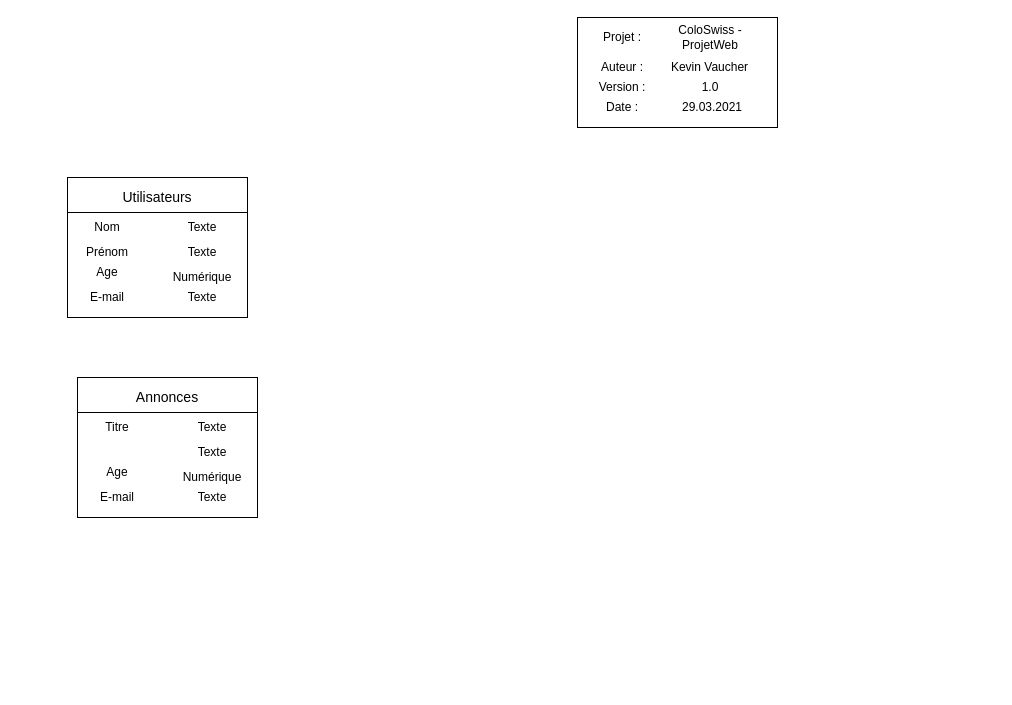
Earlier version of the draw.io diagram ProjetWeb/Documentation/MCD_KVR-SGI-ISC-ENR.drawio (enzononnenmacher/ProjetWEB_ENR_ISC_SGI). Source tidied: cells renumbered, new cells numbered last; positions are measured from the earlier drawing's top-left corner, leaving out a move shared by most shapes. Both pictures are drawn from the tidied source at 100%, with x=0, y=0 at pixel (67, 17).
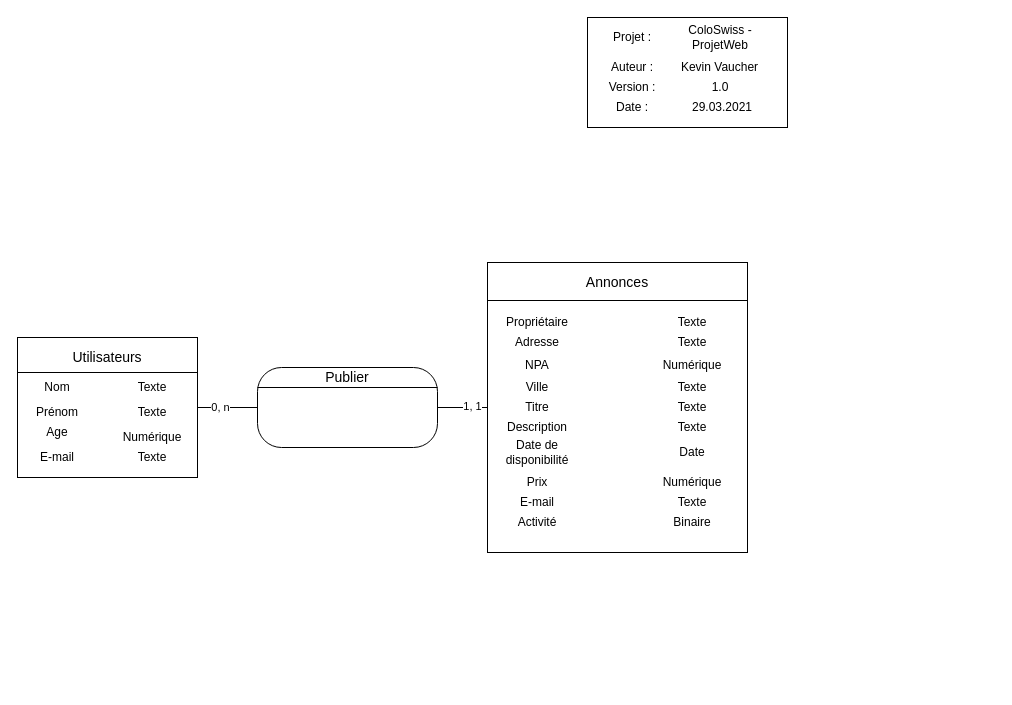
The same diagram, later.

Unchanged cells that the change refers to:
```xml
<mxCell id="15" style="rounded=0;whiteSpace=wrap;html=1;" parent="14" vertex="1">
  <mxGeometry width="180" height="140" as="geometry" />
</mxCell>
```

Diff of the diagram source:
```diff
@@
+    <mxCell id="38" style="group;" parent="1" vertex="1">
+      <mxGeometry x="520" y="380" width="407.5" height="290" as="geometry" />
+    </mxCell>
+    <mxCell id="39" style="group;" parent="38" vertex="1">
+      <mxGeometry width="407.5" height="290" as="geometry" />
+    </mxCell>
+    <mxCell id="40" style="group;" parent="39" vertex="1">
+      <mxGeometry width="407.5" height="290" as="geometry" />
+    </mxCell>
+    <mxCell id="41" style="group;" parent="40" vertex="1">
+      <mxGeometry width="407.5" height="290" as="geometry" />
+    </mxCell>
+    <mxCell id="42" style="group;" parent="41" vertex="1">
+      <mxGeometry x="-100" y="-135" width="260" height="290" as="geometry" />
+    </mxCell>
+    <mxCell id="43" style="group;" parent="42" vertex="1">
+      <mxGeometry width="260" height="290" as="geometry" />
+    </mxCell>
+    <mxCell id="44" style="group;" parent="43" vertex="1">
+      <mxGeometry width="260" height="290" as="geometry" />
+    </mxCell>
+    <mxCell id="45" style="group;" parent="44" vertex="1">
+      <mxGeometry width="260" height="290" as="geometry" />
+    </mxCell>
+    <mxCell id="46" style="group;" parent="45" vertex="1">
+      <mxGeometry width="260" height="290" as="geometry" />
+    </mxCell>
+    <mxCell id="47" style="group;" parent="46" vertex="1">
+      <mxGeometry width="260" height="290" as="geometry" />
+    </mxCell>
+    <mxCell id="48" style="rounded=0;whiteSpace=wrap;html=1;" parent="47" vertex="1">
+      <mxGeometry width="260" height="290" as="geometry" />
+    </mxCell>
+    <mxCell id="49" value="Propriétaire" style="text;html=1;strokeColor=none;fillColor=none;align=center;verticalAlign=middle;whiteSpace=wrap;rounded=0;" parent="47" vertex="1">
+      <mxGeometry x="30" y="50" width="40" height="20" as="geometry" />
+    </mxCell>
+    <mxCell id="50" value="Adresse" style="text;html=1;strokeColor=none;fillColor=none;align=center;verticalAlign=middle;whiteSpace=wrap;rounded=0;" parent="47" vertex="1">
+      <mxGeometry x="25" y="70" width="50" height="20" as="geometry" />
+    </mxCell>
+    <mxCell id="51" style="endArrow=none;html=1;" parent="47" edge="1">
+      <mxGeometry relative="1" as="geometry">
+        <mxPoint x="260" y="38" as="sourcePoint" />
+        <mxPoint y="38" as="targetPoint" />
+      </mxGeometry>
+    </mxCell>
+    <mxCell id="52" value="NPA" style="text;html=1;strokeColor=none;fillColor=none;align=center;verticalAlign=middle;whiteSpace=wrap;rounded=0;" parent="47" vertex="1">
+      <mxGeometry x="25" y="90" width="50" height="25" as="geometry" />
+    </mxCell>
+    <mxCell id="53" value="Texte" style="text;html=1;strokeColor=none;fillColor=none;align=center;verticalAlign=middle;whiteSpace=wrap;rounded=0;" parent="47" vertex="1">
+      <mxGeometry x="180" y="50" width="50" height="20" as="geometry" />
+    </mxCell>
+    <mxCell id="54" value="Texte" style="text;html=1;strokeColor=none;fillColor=none;align=center;verticalAlign=middle;whiteSpace=wrap;rounded=0;" parent="47" vertex="1">
+      <mxGeometry x="180" y="70" width="50" height="20" as="geometry" />
+    </mxCell>
+    <mxCell id="55" value="Numérique" style="text;html=1;strokeColor=none;fillColor=none;align=center;verticalAlign=middle;whiteSpace=wrap;rounded=0;" parent="47" vertex="1">
+      <mxGeometry x="180" y="92.5" width="50" height="20" as="geometry" />
+    </mxCell>
+    <mxCell id="56" value="Ville" style="text;html=1;strokeColor=none;fillColor=none;align=center;verticalAlign=middle;whiteSpace=wrap;rounded=0;" parent="47" vertex="1">
+      <mxGeometry x="25" y="115" width="50" height="20" as="geometry" />
+    </mxCell>
+    <mxCell id="57" value="Texte" style="text;html=1;strokeColor=none;fillColor=none;align=center;verticalAlign=middle;whiteSpace=wrap;rounded=0;" parent="47" vertex="1">
+      <mxGeometry x="180" y="115" width="50" height="20" as="geometry" />
+    </mxCell>
+    <mxCell id="29" value="Titre" style="text;html=1;strokeColor=none;fillColor=none;align=center;verticalAlign=middle;whiteSpace=wrap;rounded=0;" parent="47" vertex="1">
+      <mxGeometry x="25" y="135" width="50" height="20" as="geometry" />
+    </mxCell>
+    <mxCell id="58" value="Texte" style="text;html=1;strokeColor=none;fillColor=none;align=center;verticalAlign=middle;whiteSpace=wrap;rounded=0;" parent="47" vertex="1">
+      <mxGeometry x="180" y="135" width="50" height="20" as="geometry" />
+    </mxCell>
+    <mxCell id="59" value="Description" style="text;html=1;strokeColor=none;fillColor=none;align=center;verticalAlign=middle;whiteSpace=wrap;rounded=0;" parent="47" vertex="1">
+      <mxGeometry x="25" y="155" width="50" height="20" as="geometry" />
+    </mxCell>
+    <mxCell id="60" value="Texte" style="text;html=1;strokeColor=none;fillColor=none;align=center;verticalAlign=middle;whiteSpace=wrap;rounded=0;" parent="47" vertex="1">
+      <mxGeometry x="180" y="155" width="50" height="20" as="geometry" />
+    </mxCell>
+    <mxCell id="61" value="Date de disponibilité" style="text;html=1;strokeColor=none;fillColor=none;align=center;verticalAlign=middle;whiteSpace=wrap;rounded=0;" parent="47" vertex="1">
+      <mxGeometry x="25" y="180" width="50" height="20" as="geometry" />
+    </mxCell>
+    <mxCell id="37" value="&lt;span style=&quot;font-size: 14px&quot;&gt;Annonces&lt;/span&gt;" style="text;html=1;strokeColor=none;fillColor=none;align=center;verticalAlign=middle;whiteSpace=wrap;rounded=0;" parent="47" vertex="1">
+      <mxGeometry x="105" y="10" width="50" height="20" as="geometry" />
+    </mxCell>
+    <mxCell id="62" value="Prix" style="text;html=1;strokeColor=none;fillColor=none;align=center;verticalAlign=middle;whiteSpace=wrap;rounded=0;" parent="47" vertex="1">
+      <mxGeometry x="25" y="210" width="50" height="20" as="geometry" />
+    </mxCell>
+    <mxCell id="63" value="Date" style="text;html=1;strokeColor=none;fillColor=none;align=center;verticalAlign=middle;whiteSpace=wrap;rounded=0;" parent="47" vertex="1">
+      <mxGeometry x="180" y="180" width="50" height="20" as="geometry" />
+    </mxCell>
+    <mxCell id="64" value="Numérique" style="text;html=1;strokeColor=none;fillColor=none;align=center;verticalAlign=middle;whiteSpace=wrap;rounded=0;" parent="47" vertex="1">
+      <mxGeometry x="180" y="210" width="50" height="20" as="geometry" />
+    </mxCell>
+    <mxCell id="32" value="E-mail" style="text;html=1;strokeColor=none;fillColor=none;align=center;verticalAlign=middle;whiteSpace=wrap;rounded=0;" parent="47" vertex="1">
+      <mxGeometry x="25" y="230" width="50" height="20" as="geometry" />
+    </mxCell>
+    <mxCell id="65" value="Texte" style="text;html=1;strokeColor=none;fillColor=none;align=center;verticalAlign=middle;whiteSpace=wrap;rounded=0;" parent="47" vertex="1">
+      <mxGeometry x="180" y="230" width="50" height="20" as="geometry" />
+    </mxCell>
+    <mxCell id="66" value="Activité" style="text;html=1;strokeColor=none;fillColor=none;align=center;verticalAlign=middle;whiteSpace=wrap;rounded=0;" parent="47" vertex="1">
+      <mxGeometry x="25" y="250" width="50" height="20" as="geometry" />
+    </mxCell>
+    <mxCell id="67" value="Binaire" style="text;html=1;strokeColor=none;fillColor=none;align=center;verticalAlign=middle;whiteSpace=wrap;rounded=0;" parent="47" vertex="1">
+      <mxGeometry x="180" y="250" width="50" height="20" as="geometry" />
+    </mxCell>
+    <mxCell id="68" style="edgeStyle=orthogonalEdgeStyle;rounded=0;orthogonalLoop=1;jettySize=auto;html=1;exitX=0.5;exitY=1;exitDx=0;exitDy=0;" parent="47" edge="1" source="37" target="37">
+      <mxGeometry relative="1" as="geometry" />
+    </mxCell>
+    <mxCell id="69" style="endArrow=none;html=1;entryX=1;entryY=0.5;entryDx=0;entryDy=0;exitX=0;exitY=0.5;exitDx=0;exitDy=0;" parent="1" edge="1" source="48" target="74">
+      <mxGeometry relative="1" as="geometry" />
+    </mxCell>
+    <mxCell id="70" value="1, 1" style="edgeLabel;html=1;align=center;verticalAlign=middle;" parent="69" vertex="1">
+      <mxGeometry x="-0.38" y="-2" relative="1" as="geometry" />
+    </mxCell>
+    <mxCell id="71" style="endArrow=none;html=1;entryX=1;entryY=0.5;entryDx=0;entryDy=0;exitX=0;exitY=0.5;exitDx=0;exitDy=0;" parent="1" edge="1" source="74" target="15">
+      <mxGeometry relative="1" as="geometry" />
+    </mxCell>
+    <mxCell id="72" value="0, n" style="edgeLabel;html=1;align=center;verticalAlign=middle;" parent="71" vertex="1">
+      <mxGeometry x="0.27" y="-1" relative="1" as="geometry" />
+    </mxCell>
+    <mxCell id="73" style="group;" parent="1" vertex="1">
+      <mxGeometry x="190" y="350" width="180" height="80" as="geometry" />
+    </mxCell>
+    <mxCell id="74" style="rounded=1;whiteSpace=wrap;html=1;arcSize=30;" parent="73" vertex="1">
+      <mxGeometry width="180" height="80" as="geometry" />
+    </mxCell>
+    <mxCell id="75" style="endArrow=none;html=1;entryX=0;entryY=0.25;entryDx=0;entryDy=0;exitX=1;exitY=0.25;exitDx=0;exitDy=0;" parent="73" edge="1" source="74" target="74">
+      <mxGeometry relative="1" as="geometry" />
+    </mxCell>
+    <mxCell id="76" value="&lt;font style=&quot;font-size: 14px&quot;&gt;Publier&lt;/font&gt;" style="text;html=1;strokeColor=none;fillColor=none;align=center;verticalAlign=middle;whiteSpace=wrap;rounded=0;" parent="73" vertex="1">
+      <mxGeometry x="65" width="50" height="20" as="geometry" />
+    </mxCell>
+    <mxCell id="77" style="group;" parent="1" vertex="1">
+      <mxGeometry x="520" width="200" height="110" as="geometry" />
+    </mxCell>
+    <mxCell id="78" style="group;" parent="77" vertex="1">
+      <mxGeometry width="200" height="110" as="geometry" />
+    </mxCell>
+    <mxCell id="79" style="group;" parent="78" vertex="1">
+      <mxGeometry width="200" height="110" as="geometry" />
+    </mxCell>
-    <mxCell id="2" style="group;" parent="1" vertex="1">
-      <mxGeometry x="510" width="200" height="110" as="geometry" />
+    <mxCell id="2" style="group;" parent="79" vertex="1">
+      <mxGeometry width="200" height="110" as="geometry" />
     </mxCell>
@@
+    <mxCell id="80" style="group;" parent="1" vertex="1">
+      <mxGeometry x="-50" y="320" width="180" height="140" as="geometry" />
+    </mxCell>
+    <mxCell id="81" style="group;" parent="80" vertex="1">
+      <mxGeometry width="180" height="140" as="geometry" />
+    </mxCell>
+    <mxCell id="82" style="group;" parent="81" vertex="1">
+      <mxGeometry width="180" height="140" as="geometry" />
+    </mxCell>
+    <mxCell id="83" style="group;" parent="82" vertex="1">
+      <mxGeometry width="180" height="140" as="geometry" />
+    </mxCell>
+    <mxCell id="84" style="group;" parent="83" vertex="1">
+      <mxGeometry width="180" height="140" as="geometry" />
+    </mxCell>
+    <mxCell id="85" style="group;" parent="84" vertex="1">
+      <mxGeometry width="180" height="140" as="geometry" />
+    </mxCell>
-    <mxCell id="13" style="group;" parent="1" vertex="1">
-      <mxGeometry y="160" width="180" height="140" as="geometry" />
+    <mxCell id="13" style="group;" parent="85" vertex="1">
+      <mxGeometry width="180" height="140" as="geometry" />
     </mxCell>
@@
-    <mxCell id="26" style="group;" parent="1" vertex="1">
-      <mxGeometry x="10" y="360" width="180" height="140" as="geometry" />
-    </mxCell>
-    <mxCell id="27" style="group;" parent="26" vertex="1">
-      <mxGeometry width="180" height="140" as="geometry" />
-    </mxCell>
-    <mxCell id="28" style="rounded=0;whiteSpace=wrap;html=1;" parent="27" vertex="1">
-      <mxGeometry width="180" height="140" as="geometry" />
-    </mxCell>
-    <mxCell id="29" value="Titre" style="text;html=1;strokeColor=none;fillColor=none;align=center;verticalAlign=middle;whiteSpace=wrap;rounded=0;" parent="27" vertex="1">
-      <mxGeometry x="20" y="40" width="40" height="20" as="geometry" />
-    </mxCell>
-    <mxCell id="30" value="Age" style="text;html=1;strokeColor=none;fillColor=none;align=center;verticalAlign=middle;whiteSpace=wrap;rounded=0;" parent="27" vertex="1">
-      <mxGeometry x="15" y="85" width="50" height="20" as="geometry" />
-    </mxCell>
-    <mxCell id="31" style="endArrow=none;html=1;entryX=0;entryY=0.25;entryDx=0;entryDy=0;exitX=1;exitY=0.25;exitDx=0;exitDy=0;" parent="27" edge="1" source="28" target="28">
-      <mxGeometry relative="1" as="geometry" />
-    </mxCell>
-    <mxCell id="32" value="E-mail" style="text;html=1;strokeColor=none;fillColor=none;align=center;verticalAlign=middle;whiteSpace=wrap;rounded=0;" parent="27" vertex="1">
-      <mxGeometry x="15" y="110" width="50" height="20" as="geometry" />
-    </mxCell>
-    <mxCell id="33" value="Texte" style="text;html=1;strokeColor=none;fillColor=none;align=center;verticalAlign=middle;whiteSpace=wrap;rounded=0;" parent="27" vertex="1">
-      <mxGeometry x="110" y="40" width="50" height="20" as="geometry" />
-    </mxCell>
-    <mxCell id="34" value="Texte" style="text;html=1;strokeColor=none;fillColor=none;align=center;verticalAlign=middle;whiteSpace=wrap;rounded=0;" parent="27" vertex="1">
-      <mxGeometry x="110" y="65" width="50" height="20" as="geometry" />
-    </mxCell>
-    <mxCell id="35" value="Numérique" style="text;html=1;strokeColor=none;fillColor=none;align=center;verticalAlign=middle;whiteSpace=wrap;rounded=0;" parent="27" vertex="1">
-      <mxGeometry x="110" y="90" width="50" height="20" as="geometry" />
-    </mxCell>
-    <mxCell id="36" value="Texte" style="text;html=1;strokeColor=none;fillColor=none;align=center;verticalAlign=middle;whiteSpace=wrap;rounded=0;" parent="27" vertex="1">
-      <mxGeometry x="110" y="110" width="50" height="20" as="geometry" />
-    </mxCell>
-    <mxCell id="37" value="&lt;span style=&quot;font-size: 14px&quot;&gt;Annonces&lt;/span&gt;" style="text;html=1;strokeColor=none;fillColor=none;align=center;verticalAlign=middle;whiteSpace=wrap;rounded=0;" parent="27" vertex="1">
-      <mxGeometry x="65" y="10" width="50" height="20" as="geometry" />
-    </mxCell>
```
